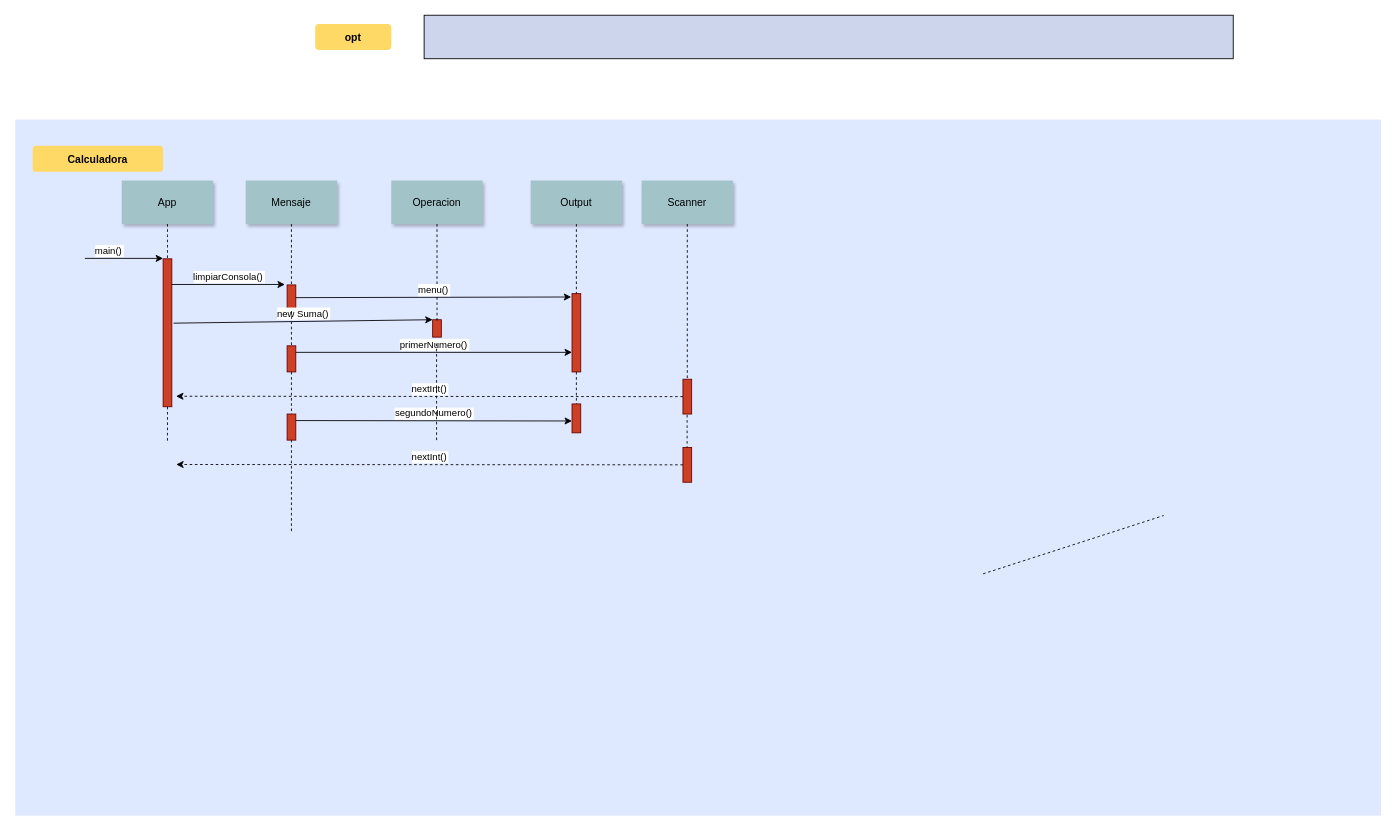
kalebgit/Uml-modelado keeps this draw.io diagram as diagrama-secuencias-calculadora.drawio. Above is the earlier version. Source tidied: cells renumbered, new cells numbered last; positions are measured from the earlier drawing's top-left corner, leaving out a move shared by most shapes. Both pictures are drawn from the tidied source at 87%, with x=0, y=0 at pixel (15, 15).
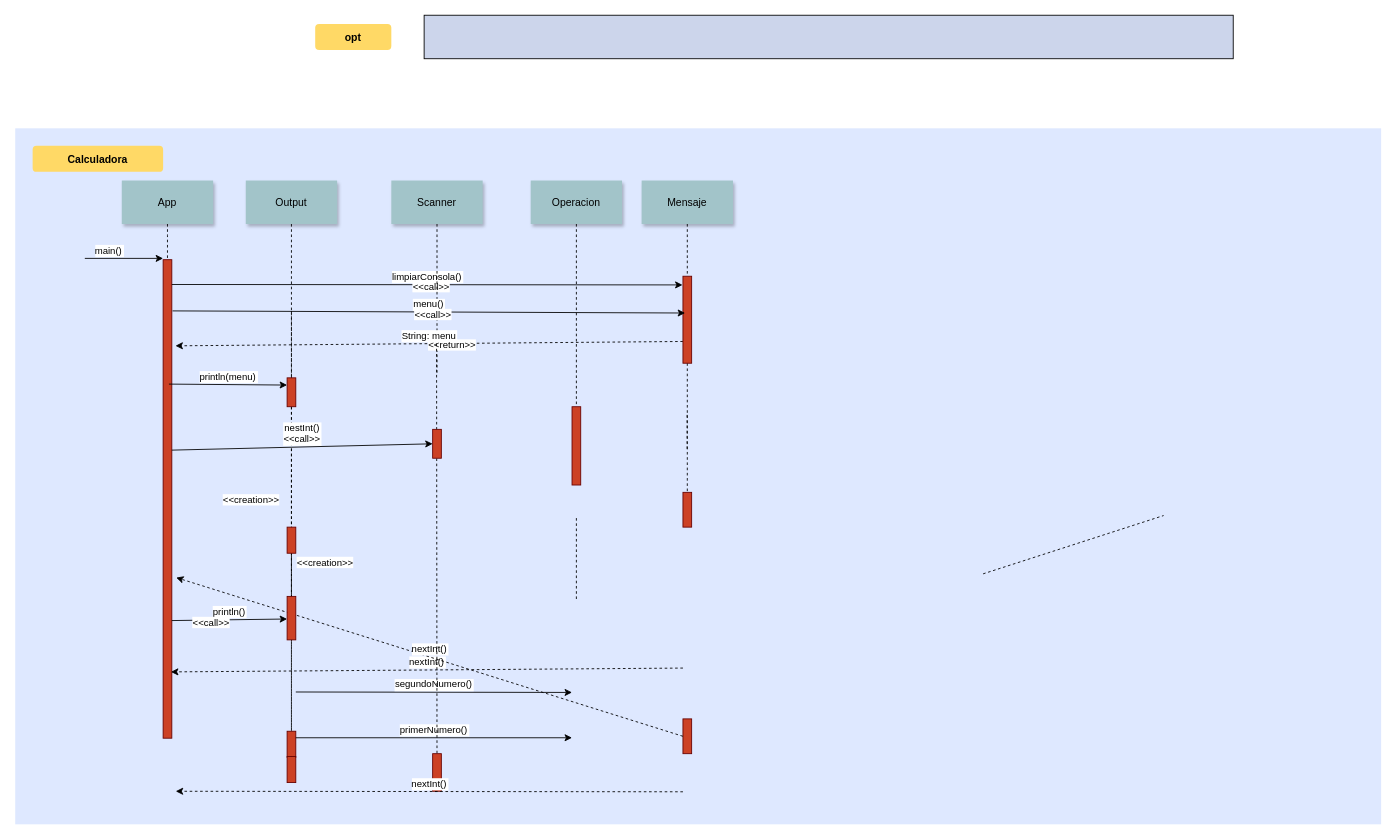
After the change.

Change to the diagram source:
```diff
@@
     <mxCell id="2" style="fillColor=#DEE8FF;strokeColor=none;" parent="1" vertex="1">
-      <mxGeometry y="120" width="1570" height="800" as="geometry" />
+      <mxGeometry y="130" width="1570" height="800" as="geometry" />
     </mxCell>
     <mxCell id="3" style="fillColor=#CC4125;strokeColor=#660000;" parent="1" vertex="1">
-      <mxGeometry x="170" y="280" width="10" height="170" as="geometry" />
+      <mxGeometry x="170" y="281" width="10" height="550" as="geometry" />
     </mxCell>
@@
-    <mxCell id="6" style="fillColor=#CC4125;strokeColor=#660000;" parent="1" vertex="1">
-      <mxGeometry x="312.5" y="310" width="10" height="30" as="geometry" />
-    </mxCell>
-    <mxCell id="7" value="Mensaje" style="shadow=1;fillColor=#A2C4C9;strokeColor=none;" parent="1" vertex="1">
+    <mxCell id="7" value="Output" style="shadow=1;fillColor=#A2C4C9;strokeColor=none;" parent="1" vertex="1">
       <mxGeometry x="265" y="190" width="105" height="50" as="geometry" />
     </mxCell>
-    <mxCell id="8" style="edgeStyle=none;endArrow=none;dashed=1;" parent="1" edge="1" source="7" target="6">
+    <mxCell id="8" style="edgeStyle=none;endArrow=none;dashed=1;entryX=0.5;entryY=0;entryDx=0;entryDy=0;" parent="1" edge="1" source="7" target="50">
       <mxGeometry x="272.3" y="165" as="geometry" />
     </mxCell>
     <mxCell id="9" value="limpiarConsola()" style="edgeStyle=none;verticalLabelPosition=top;verticalAlign=bottom;" parent="1" edge="1">
       <mxGeometry as="geometry">
         <mxPoint x="180" y="309.5" as="sourcePoint" />
-        <mxPoint x="310" y="309.5" as="targetPoint" />
+        <mxPoint x="767" y="310" as="targetPoint" />
       </mxGeometry>
     </mxCell>
+    <mxCell id="40" value="&amp;lt;&amp;lt;call&amp;gt;&amp;gt;" style="edgeLabel;html=1;align=center;verticalAlign=middle;" parent="9" vertex="1">
+      <mxGeometry relative="1" as="geometry">
+        <mxPoint x="4" y="2" as="offset" />
+      </mxGeometry>
+    </mxCell>
-    <mxCell id="10" value="Operacion" style="shadow=1;fillColor=#A2C4C9;strokeColor=none;" parent="1" vertex="1">
+    <mxCell id="10" value="Scanner" style="shadow=1;fillColor=#A2C4C9;strokeColor=none;" parent="1" vertex="1">
       <mxGeometry x="432.3" y="190" width="105" height="50" as="geometry" />
     </mxCell>
-    <mxCell id="11" style="fillColor=#CC4125;strokeColor=#660000;" parent="1" vertex="1">
-      <mxGeometry x="479.8" y="350" width="10" height="20" as="geometry" />
-    </mxCell>
     <mxCell id="12" style="fillColor=#CC4125;strokeColor=#660000;" parent="1" vertex="1">
-      <mxGeometry x="640" y="320" width="10" height="90" as="geometry" />
+      <mxGeometry x="640" y="450" width="10" height="90" as="geometry" />
     </mxCell>
-    <mxCell id="13" value="Output" style="shadow=1;fillColor=#A2C4C9;strokeColor=none;" parent="1" vertex="1">
+    <mxCell id="13" value="Operacion" style="shadow=1;fillColor=#A2C4C9;strokeColor=none;" parent="1" vertex="1">
       <mxGeometry x="592.5" y="190" width="105" height="50" as="geometry" />
     </mxCell>
@@
-    <mxCell id="15" value="Scanner" style="shadow=1;fillColor=#A2C4C9;strokeColor=none;" parent="1" vertex="1">
+    <mxCell id="15" value="Mensaje" style="shadow=1;fillColor=#A2C4C9;strokeColor=none;" parent="1" vertex="1">
       <mxGeometry x="720" y="190" width="105" height="50" as="geometry" />
     </mxCell>
-    <mxCell id="16" style="edgeStyle=none;endArrow=none;dashed=1;" parent="1" edge="1" source="15" target="17">
+    <mxCell id="16" style="edgeStyle=none;endArrow=none;dashed=1;" parent="1" edge="1" source="49" target="17">
       <mxGeometry x="727.3" y="165" as="geometry" />
     </mxCell>
     <mxCell id="17" style="fillColor=#CC4125;strokeColor=#660000;" parent="1" vertex="1">
-      <mxGeometry x="767.5" y="418.4" width="10" height="40" as="geometry" />
+      <mxGeometry x="767.5" y="548.4" width="10" height="40" as="geometry" />
     </mxCell>
@@
-    <mxCell id="20" style="edgeStyle=none;dashed=1;endArrow=none;" parent="1" edge="1" source="3">
-      <mxGeometry x="50" y="300" as="geometry">
-        <mxPoint x="175" y="490" as="targetPoint" />
-      </mxGeometry>
-    </mxCell>
-    <mxCell id="21" style="edgeStyle=none;endArrow=none;dashed=1;" parent="1" edge="1" source="30">
+    <mxCell id="21" style="edgeStyle=none;endArrow=none;dashed=1;" parent="1" edge="1" source="44">
       <mxGeometry x="376.6" y="339.7" as="geometry">
         <mxPoint x="317.5" y="594.2" as="targetPoint" />
       </mxGeometry>
     </mxCell>
@@
-    <mxCell id="24" style="edgeStyle=none;endArrow=none;dashed=1;fontStyle=1;exitX=0.5;exitY=1;exitDx=0;exitDy=0;entryX=0.5;entryY=0.043;entryDx=0;entryDy=0;entryPerimeter=0;" parent="1" edge="1" source="10" target="11">
-      <mxGeometry x="614.5" y="175" as="geometry" />
+    <mxCell id="24" style="edgeStyle=none;endArrow=none;dashed=1;fontStyle=1;exitX=0.5;exitY=1;exitDx=0;exitDy=0;entryX=0.5;entryY=0.043;entryDx=0;entryDy=0;entryPerimeter=0;" parent="1" edge="1" source="10">
+      <mxGeometry x="614.5" y="175" as="geometry">
+        <mxPoint x="484.8" y="410.9" as="targetPoint" />
+      </mxGeometry>
     </mxCell>
-    <mxCell id="25" value="menu()" style="edgeStyle=none;verticalLabelPosition=top;verticalAlign=bottom;entryX=-0.091;entryY=0.043;entryDx=0;entryDy=0;entryPerimeter=0;" parent="1" edge="1" target="12">
-      <mxGeometry as="geometry">
-        <mxPoint x="322.5" y="324.6" as="sourcePoint" />
-      </mxGeometry>
-    </mxCell>
-    <mxCell id="26" value="new Suma()" style="edgeStyle=none;verticalLabelPosition=top;verticalAlign=bottom;entryX=0;entryY=0;entryDx=0;entryDy=0;exitX=1.2;exitY=0.435;exitDx=0;exitDy=0;exitPerimeter=0;" parent="1" edge="1" source="3" target="11">
+    <mxCell id="26" value="String: menu" style="edgeStyle=none;verticalLabelPosition=top;verticalAlign=bottom;exitX=0;exitY=0.75;exitDx=0;exitDy=0;dashed=1;entryX=1.417;entryY=0.18;entryDx=0;entryDy=0;entryPerimeter=0;" parent="1" edge="1" source="49" target="3">
       <mxGeometry as="geometry" />
     </mxCell>
+    <mxCell id="41" value="&amp;lt;&amp;lt;return&amp;gt;&amp;gt;" style="edgeLabel;html=1;align=center;verticalAlign=middle;" parent="26" vertex="1">
+      <mxGeometry relative="1" as="geometry">
+        <mxPoint x="26" y="1" as="offset" />
+      </mxGeometry>
+    </mxCell>
@@
-    <mxCell id="29" style="edgeStyle=none;endArrow=none;dashed=1;" parent="1" edge="1" source="6" target="30">
+    <mxCell id="29" style="edgeStyle=none;endArrow=none;dashed=1;" parent="1" edge="1" source="55" target="30">
       <mxGeometry x="376.6" y="339.7" as="geometry" />
     </mxCell>
     <mxCell id="30" style="fillColor=#CC4125;strokeColor=#660000;" parent="1" vertex="1">
-      <mxGeometry x="312.5" y="380" width="10" height="30" as="geometry" />
+      <mxGeometry x="312.5" y="823" width="10" height="30" as="geometry" />
     </mxCell>
-    <mxCell id="31" value="primerNumero()" style="edgeStyle=none;verticalLabelPosition=top;verticalAlign=bottom;exitX=1;exitY=0.25;exitDx=0;exitDy=0;entryX=0;entryY=0.75;entryDx=0;entryDy=0;" parent="1" edge="1" source="30" target="12">
-      <mxGeometry as="geometry" />
+    <mxCell id="31" value="primerNumero()" style="edgeStyle=none;verticalLabelPosition=top;verticalAlign=bottom;exitX=1;exitY=0.25;exitDx=0;exitDy=0;entryX=0;entryY=0.75;entryDx=0;entryDy=0;" parent="1" edge="1" source="30">
+      <mxGeometry as="geometry">
+        <mxPoint x="640" y="830.5" as="targetPoint" />
+      </mxGeometry>
     </mxCell>
-    <mxCell id="32" value="nextInt()" style="edgeStyle=none;verticalLabelPosition=top;verticalAlign=bottom;entryX=1.482;entryY=0.929;entryDx=0;entryDy=0;entryPerimeter=0;exitX=0;exitY=0.5;exitDx=0;exitDy=0;dashed=1;" parent="1" edge="1" source="17" target="3">
-      <mxGeometry as="geometry" />
+    <mxCell id="32" value="nextInt()" style="edgeStyle=none;verticalLabelPosition=top;verticalAlign=bottom;entryX=0.9;entryY=0.296;entryDx=0;entryDy=0;entryPerimeter=0;exitX=0;exitY=0.5;exitDx=0;exitDy=0;dashed=1;" parent="1" edge="1">
+      <mxGeometry as="geometry">
+        <mxPoint x="767.5" y="750.4" as="sourcePoint" />
+        <mxPoint x="179" y="754.8" as="targetPoint" />
+      </mxGeometry>
     </mxCell>
     <mxCell id="33" style="fillColor=#CC4125;strokeColor=#660000;" parent="1" vertex="1">
-      <mxGeometry x="767.5" y="496.8" width="10" height="40" as="geometry" />
+      <mxGeometry x="767.5" y="808.8" width="10" height="40" as="geometry" />
     </mxCell>
     <mxCell id="34" style="fillColor=#CC4125;strokeColor=#660000;" parent="1" vertex="1">
-      <mxGeometry x="312.5" y="458.4" width="10" height="30" as="geometry" />
+      <mxGeometry x="312.5" y="588.4" width="10" height="30" as="geometry" />
     </mxCell>
-    <mxCell id="35" value="segundoNumero()" style="edgeStyle=none;verticalLabelPosition=top;verticalAlign=bottom;exitX=1;exitY=0.25;exitDx=0;exitDy=0;entryX=0;entryY=0.75;entryDx=0;entryDy=0;" parent="1" edge="1" source="34">
+    <mxCell id="35" value="segundoNumero()" style="edgeStyle=none;verticalLabelPosition=top;verticalAlign=bottom;exitX=1;exitY=0.25;exitDx=0;exitDy=0;entryX=0;entryY=0.75;entryDx=0;entryDy=0;" parent="1" edge="1">
       <mxGeometry as="geometry">
-        <mxPoint x="640" y="466.4" as="targetPoint" />
+        <mxPoint x="322.5" y="777.9" as="sourcePoint" />
+        <mxPoint x="640" y="778.4" as="targetPoint" />
       </mxGeometry>
     </mxCell>
     <mxCell id="36" value="nextInt()" style="edgeStyle=none;verticalLabelPosition=top;verticalAlign=bottom;entryX=1.482;entryY=0.929;entryDx=0;entryDy=0;entryPerimeter=0;exitX=0;exitY=0.5;exitDx=0;exitDy=0;dashed=1;" parent="1" edge="1" source="33">
       <mxGeometry as="geometry">
-        <mxPoint x="185" y="516.4" as="targetPoint" />
+        <mxPoint x="185" y="646.4" as="targetPoint" />
       </mxGeometry>
     </mxCell>
-    <mxCell id="37" style="fillColor=#CC4125;strokeColor=#660000;" parent="1" vertex="1">
-      <mxGeometry x="640" y="446.8" width="10" height="33.2" as="geometry" />
-    </mxCell>
-    <mxCell id="38" style="edgeStyle=none;endArrow=none;dashed=1;fontStyle=1;exitX=0.5;exitY=1;exitDx=0;exitDy=0;entryX=0.5;entryY=0;entryDx=0;entryDy=0;" parent="1" edge="1" source="12" target="37">
-      <mxGeometry x="614.5" y="175" as="geometry" />
+    <mxCell id="38" style="edgeStyle=none;endArrow=none;dashed=1;fontStyle=1;exitX=0.5;exitY=1;exitDx=0;exitDy=0;entryX=0.5;entryY=0;entryDx=0;entryDy=0;" parent="1" edge="1">
+      <mxGeometry x="614.5" y="175" as="geometry">
+        <mxPoint x="645" y="671" as="sourcePoint" />
+        <mxPoint x="645" y="577.8" as="targetPoint" />
+      </mxGeometry>
     </mxCell>
-    <mxCell id="39" style="edgeStyle=none;endArrow=none;dashed=1;fontStyle=1;exitX=0.5;exitY=1;exitDx=0;exitDy=0;entryX=0.5;entryY=0.043;entryDx=0;entryDy=0;entryPerimeter=0;" parent="1" edge="1">
+    <mxCell id="39" style="edgeStyle=none;endArrow=none;dashed=1;fontStyle=1;exitX=0.5;exitY=1;exitDx=0;exitDy=0;entryX=0.5;entryY=0;entryDx=0;entryDy=0;" parent="1" edge="1" target="42">
       <mxGeometry x="614.5" y="175" as="geometry">
         <mxPoint x="484.3" y="377.4" as="sourcePoint" />
-        <mxPoint x="484.3" y="488.4" as="targetPoint" />
       </mxGeometry>
     </mxCell>
+    <mxCell id="42" style="fillColor=#CC4125;strokeColor=#660000;" parent="1" vertex="1">
+      <mxGeometry x="479.8" y="848.8" width="10" height="43.2" as="geometry" />
+    </mxCell>
+    <mxCell id="43" style="edgeStyle=none;endArrow=none;dashed=1;" parent="1" edge="1" source="30" target="44">
+      <mxGeometry x="376.6" y="339.7" as="geometry" />
+    </mxCell>
+    <mxCell id="44" style="fillColor=#CC4125;strokeColor=#660000;" parent="1" vertex="1">
+      <mxGeometry x="312.5" y="852" width="10" height="30" as="geometry" />
+    </mxCell>
+    <mxCell id="45" value="nextInt()" style="edgeStyle=none;verticalLabelPosition=top;verticalAlign=bottom;entryX=1.482;entryY=0.929;entryDx=0;entryDy=0;entryPerimeter=0;exitX=0;exitY=0.5;exitDx=0;exitDy=0;dashed=1;" parent="1" edge="1">
+      <mxGeometry as="geometry">
+        <mxPoint x="767.5" y="892.6" as="sourcePoint" />
+        <mxPoint x="184.5" y="892" as="targetPoint" />
+      </mxGeometry>
+    </mxCell>
+    <mxCell id="46" value="println()" style="edgeStyle=none;verticalLabelPosition=top;verticalAlign=bottom;entryX=0;entryY=0.5;entryDx=0;entryDy=0;exitX=1;exitY=0.085;exitDx=0;exitDy=0;exitPerimeter=0;" parent="1" edge="1">
+      <mxGeometry as="geometry">
+        <mxPoint x="180" y="695.8" as="sourcePoint" />
+        <mxPoint x="312.5" y="694" as="targetPoint" />
+      </mxGeometry>
+    </mxCell>
+    <mxCell id="47" value="&amp;lt;&amp;lt;call&amp;gt;&amp;gt;" style="edgeLabel;html=1;align=center;verticalAlign=middle;" parent="46" vertex="1">
+      <mxGeometry relative="1" as="geometry">
+        <mxPoint x="-21" y="3" as="offset" />
+      </mxGeometry>
+    </mxCell>
+    <mxCell id="48" style="edgeStyle=none;endArrow=none;dashed=1;" parent="1" edge="1" source="15" target="49">
+      <mxGeometry x="727.3" y="165" as="geometry" />
+    </mxCell>
+    <mxCell id="49" style="fillColor=#CC4125;strokeColor=#660000;" parent="1" vertex="1">
+      <mxGeometry x="767.5" y="300" width="10" height="100" as="geometry" />
+    </mxCell>
+    <mxCell id="50" style="fillColor=#CC4125;strokeColor=#660000;" parent="1" vertex="1">
+      <mxGeometry x="312.5" y="668" width="10" height="50" as="geometry" />
+    </mxCell>
+    <mxCell id="25" value="menu()" style="edgeStyle=none;verticalLabelPosition=top;verticalAlign=bottom;entryX=0.25;entryY=0.423;entryDx=0;entryDy=0;exitX=1.083;exitY=0.107;exitDx=0;exitDy=0;exitPerimeter=0;entryPerimeter=0;" parent="1" edge="1" source="3" target="49">
+      <mxGeometry as="geometry" />
+    </mxCell>
+    <mxCell id="51" value="&amp;lt;&amp;lt;call&amp;gt;&amp;gt;" style="edgeLabel;html=1;align=center;verticalAlign=middle;" parent="25" vertex="1">
+      <mxGeometry relative="1" as="geometry">
+        <mxPoint x="4" y="2" as="offset" />
+      </mxGeometry>
+    </mxCell>
+    <mxCell id="52" value="println(menu)" style="edgeStyle=none;verticalLabelPosition=top;verticalAlign=bottom;entryX=0;entryY=0.25;entryDx=0;entryDy=0;exitX=0.667;exitY=0.26;exitDx=0;exitDy=0;exitPerimeter=0;" parent="1" edge="1" source="3" target="55">
+      <mxGeometry as="geometry" />
+    </mxCell>
+    <mxCell id="53" value="&amp;lt;&amp;lt;creation&amp;gt;&amp;gt;" style="edgeLabel;html=1;align=center;verticalAlign=middle;" parent="52" vertex="1">
+      <mxGeometry relative="1" as="geometry">
+        <mxPoint x="26" y="132" as="offset" />
+      </mxGeometry>
+    </mxCell>
+    <mxCell id="54" style="edgeStyle=none;endArrow=none;dashed=1;" parent="1" edge="1" target="55">
+      <mxGeometry x="376.6" y="339.7" as="geometry">
+        <mxPoint x="317.5" y="340" as="sourcePoint" />
+      </mxGeometry>
+    </mxCell>
+    <mxCell id="55" style="fillColor=#CC4125;strokeColor=#660000;" parent="1" vertex="1">
+      <mxGeometry x="312.5" y="416.8" width="10" height="33.2" as="geometry" />
+    </mxCell>
+    <mxCell id="56" style="fillColor=#CC4125;strokeColor=#660000;" parent="1" vertex="1">
+      <mxGeometry x="479.8" y="476" width="10" height="33.2" as="geometry" />
+    </mxCell>
+    <mxCell id="57" value="nestInt()&#10;&lt;&lt;call&gt;&gt;" style="edgeStyle=none;verticalLabelPosition=top;verticalAlign=bottom;entryX=0;entryY=0.5;entryDx=0;entryDy=0;exitX=1;exitY=0.398;exitDx=0;exitDy=0;exitPerimeter=0;" parent="1" edge="1" source="3" target="56">
+      <mxGeometry as="geometry" />
+    </mxCell>
+    <mxCell id="58" value="&amp;lt;&amp;lt;creation&amp;gt;&amp;gt;" style="edgeLabel;html=1;align=center;verticalAlign=middle;" parent="57" vertex="1">
+      <mxGeometry relative="1" as="geometry">
+        <mxPoint x="26" y="132" as="offset" />
+      </mxGeometry>
+    </mxCell>
```
